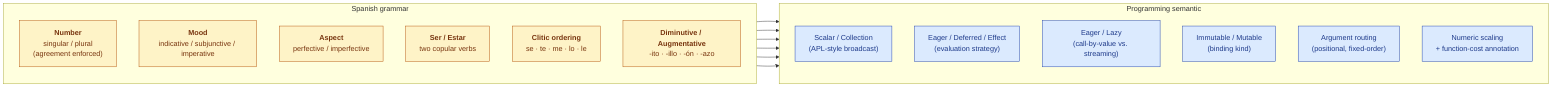
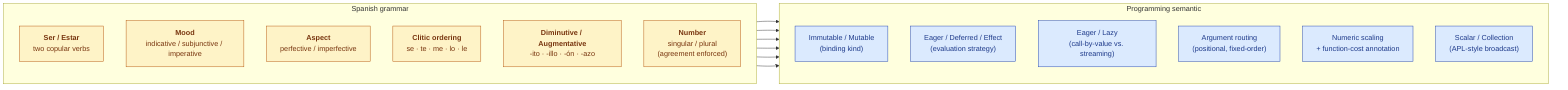
%% Diagram B — Inflexión's six grammatical-semantic mappings
%% Source: /data/rci/Babel/diagrams/inflexion-six-mappings.mmd
%% Render via diagrams.roderickc.com (slug TBD)
%% Embed in: 05 §3 (right after the section opener; before §3.1)

flowchart LR
    subgraph SP["Spanish grammar"]
        direction TB
-         N["<b>Number</b><br/>singular / plural<br/>(agreement enforced)"]
+         S["<b>Ser / Estar</b><br/>two copular verbs"]
        M["<b>Mood</b><br/>indicative / subjunctive / imperative"]
        A["<b>Aspect</b><br/>perfective / imperfective"]
-         S["<b>Ser / Estar</b><br/>two copular verbs"]
        C["<b>Clitic ordering</b><br/>se · te · me · lo · le"]
        D["<b>Diminutive / Augmentative</b><br/>-ito · -illo · -ón · -azo"]
+         N["<b>Number</b><br/>singular / plural<br/>(agreement enforced)"]
    end

    subgraph PS["Programming semantic"]
        direction TB
-         N1["Scalar / Collection<br/>(APL-style broadcast)"]
+         S1["Immutable / Mutable<br/>(binding kind)"]
        M1["Eager / Deferred / Effect<br/>(evaluation strategy)"]
        A1["Eager / Lazy<br/>(call-by-value vs. streaming)"]
-         S1["Immutable / Mutable<br/>(binding kind)"]
        C1["Argument routing<br/>(positional, fixed-order)"]
        D1["Numeric scaling<br/>+ function-cost annotation"]
+         N1["Scalar / Collection<br/>(APL-style broadcast)"]
    end

-     N --> N1
+     S --> S1
    M --> M1
    A --> A1
-     S --> S1
    C --> C1
    D --> D1
+     N --> N1

    classDef spanish fill:#fef3c7,stroke:#b45309,color:#78350f
    classDef semantic fill:#dbeafe,stroke:#1e40af,color:#1e3a8a
-     class N,M,A,S,C,D spanish
-     class N1,M1,A1,S1,C1,D1 semantic
+     class S,M,A,C,D,N spanish
+     class S1,M1,A1,C1,D1,N1 semantic
